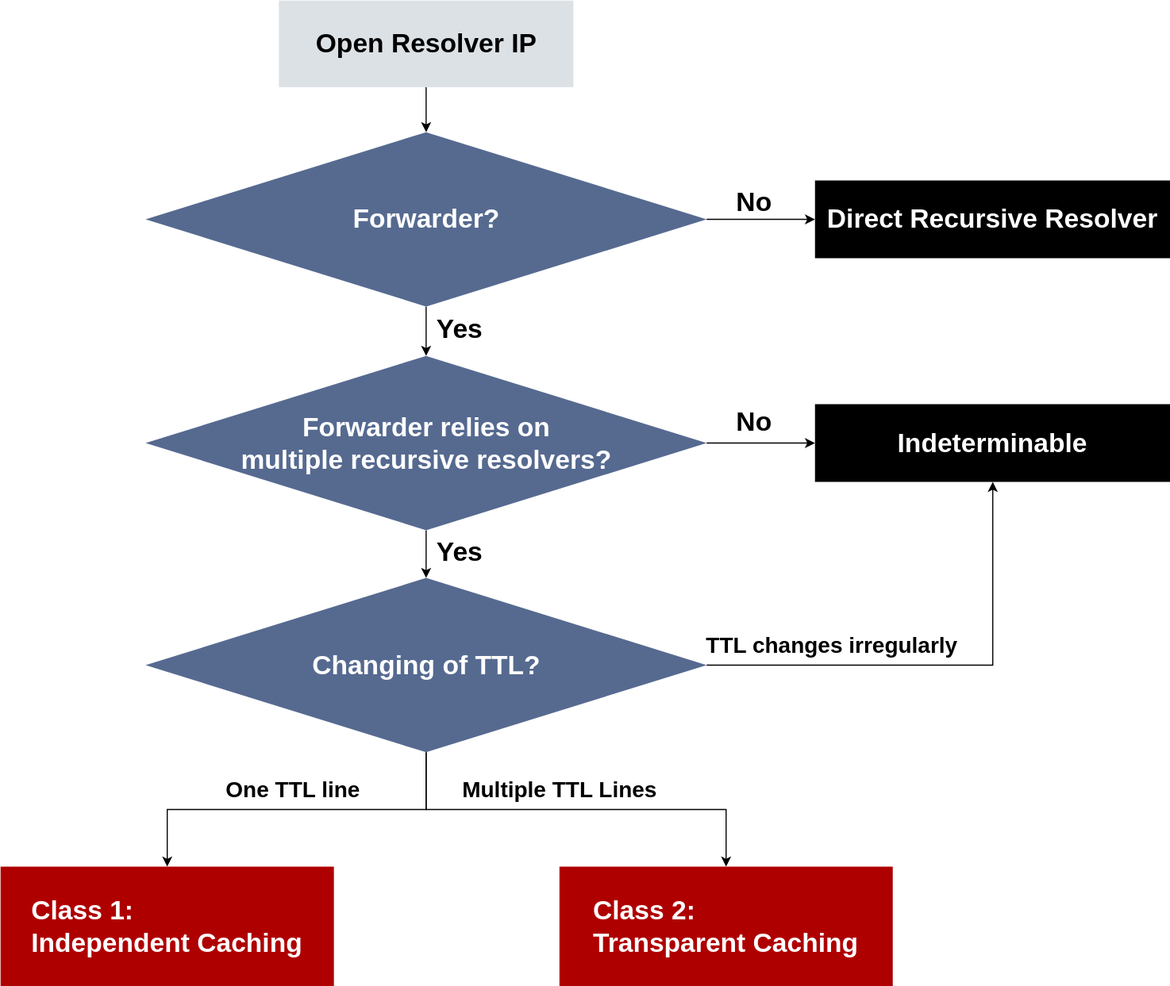
This is 流程图.svg from pythontha/Forwarder-cache, a draw.io export, as it was before one commit. Source tidied: cells renumbered, new cells last; positions are measured from the earlier drawing's top-left corner, leaving out a move shared by most shapes.
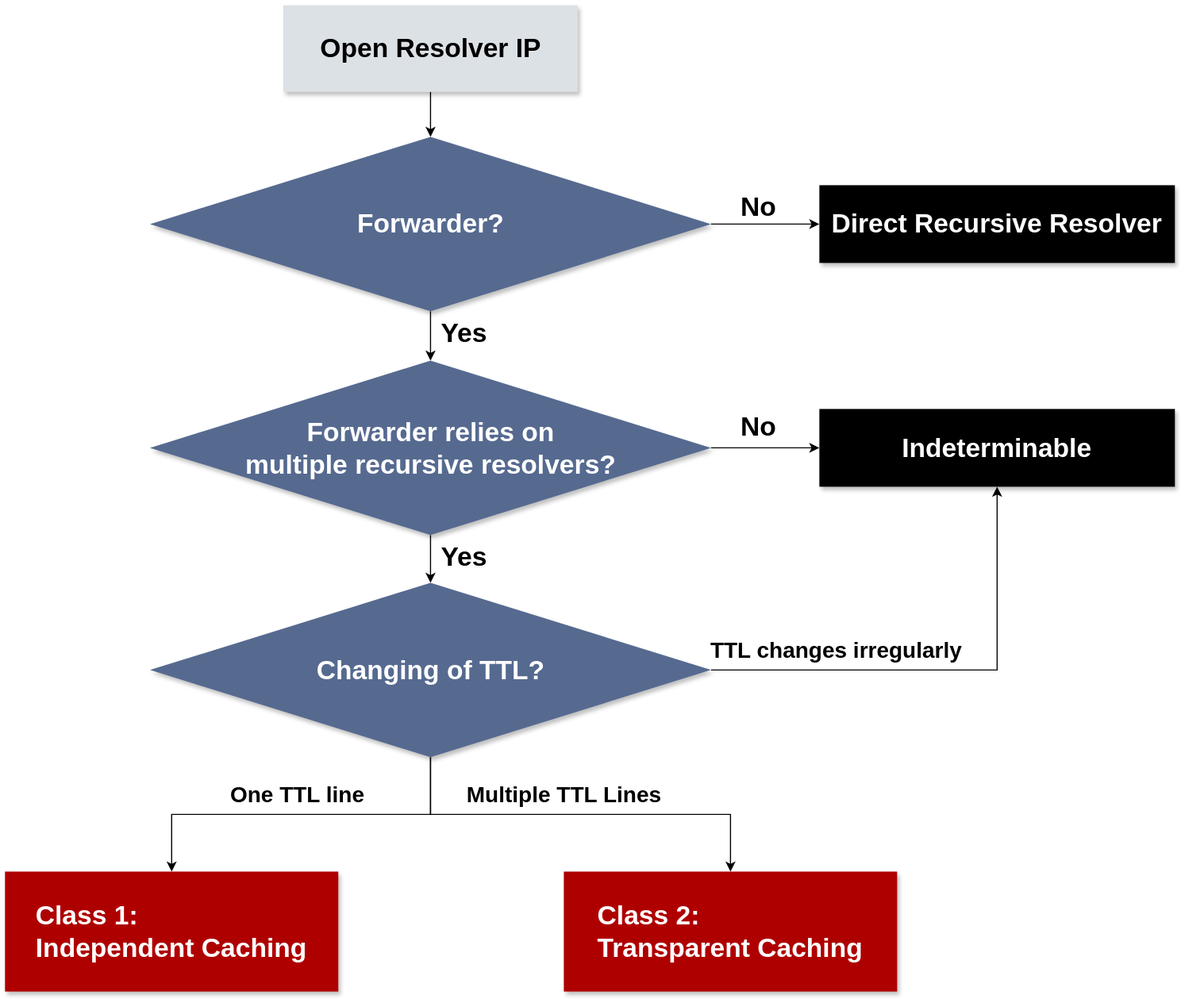
After the change.

Commit message:
更新流程图.svg

The edit, as a diff of the source:
```diff
@@ -5,7 +5,7 @@
     <mxCell id="2" style="edgeStyle=orthogonalEdgeStyle;rounded=0;jettySize=auto;html=1;entryX=0.5;entryY=0;entryDx=0;entryDy=0;" parent="1" edge="1" source="3" target="10">
       <mxGeometry relative="1" as="geometry" />
     </mxCell>
-    <mxCell id="3" value="&lt;font style=&quot;font-size: 24px;&quot;&gt;&lt;b style=&quot;&quot;&gt;Open Resolver IP&lt;/b&gt;&lt;/font&gt;" style="rounded=0;whiteSpace=wrap;html=1;fillColor=light-dark(#dce1e6, #3d3d3d);strokeColor=none;" parent="1" vertex="1">
+    <mxCell id="3" value="&lt;font style=&quot;font-size: 24px;&quot;&gt;&lt;b style=&quot;&quot;&gt;Open Resolver IP&lt;/b&gt;&lt;/font&gt;" style="rounded=0;whiteSpace=wrap;html=1;fillColor=light-dark(#dce1e6, #3d3d3d);strokeColor=none;shadow=1;" parent="1" vertex="1">
       <mxGeometry x="250.5" width="265" height="78" as="geometry" />
     </mxCell>
     <mxCell id="4" style="edgeStyle=orthogonalEdgeStyle;rounded=0;jettySize=auto;html=1;entryX=0.5;entryY=0;entryDx=0;entryDy=0;" parent="1" edge="1" source="7" target="16">
@@ -17,7 +17,7 @@
     <mxCell id="6" style="edgeStyle=orthogonalEdgeStyle;rounded=0;jettySize=auto;html=1;entryX=0.5;entryY=1;entryDx=0;entryDy=0;" parent="1" edge="1" source="7" target="20">
       <mxGeometry relative="1" as="geometry" />
     </mxCell>
-    <mxCell id="7" value="&lt;font style=&quot;font-size: 24px;&quot; color=&quot;#ffffff&quot;&gt;&lt;b style=&quot;&quot;&gt;Changing of TTL?&lt;/b&gt;&lt;/font&gt;" style="rhombus;whiteSpace=wrap;html=1;rounded=0;strokeColor=none;fillColor=light-dark(#566a90, #ededed);" parent="1" vertex="1">
+    <mxCell id="7" value="&lt;font style=&quot;font-size: 24px;&quot; color=&quot;#ffffff&quot;&gt;&lt;b style=&quot;&quot;&gt;Changing of TTL?&lt;/b&gt;&lt;/font&gt;" style="rhombus;whiteSpace=wrap;html=1;rounded=0;strokeColor=none;fillColor=light-dark(#566a90, #ededed);shadow=1;" parent="1" vertex="1">
       <mxGeometry x="130.5" y="520" width="505" height="157" as="geometry" />
     </mxCell>
     <mxCell id="8" style="edgeStyle=orthogonalEdgeStyle;rounded=0;jettySize=auto;html=1;entryX=0;entryY=0.5;entryDx=0;entryDy=0;" parent="1" edge="1" source="10" target="18">
@@ -26,7 +26,7 @@
     <mxCell id="9" style="edgeStyle=orthogonalEdgeStyle;rounded=0;jettySize=auto;html=1;entryX=0.5;entryY=0;entryDx=0;entryDy=0;" parent="1" edge="1" source="10" target="15">
       <mxGeometry relative="1" as="geometry" />
     </mxCell>
-    <mxCell id="10" value="&lt;font style=&quot;font-size: 24px;&quot; color=&quot;#ffffff&quot;&gt;&lt;b style=&quot;&quot;&gt;Forwarder?&lt;/b&gt;&lt;/font&gt;" style="rhombus;whiteSpace=wrap;html=1;rounded=0;fillColor=light-dark(#566a90, #3A5EA4);strokeColor=none;" parent="1" vertex="1">
+    <mxCell id="10" value="&lt;font style=&quot;font-size: 24px;&quot; color=&quot;#ffffff&quot;&gt;&lt;b style=&quot;&quot;&gt;Forwarder?&lt;/b&gt;&lt;/font&gt;" style="rhombus;whiteSpace=wrap;html=1;rounded=0;fillColor=light-dark(#566a90, #3A5EA4);strokeColor=none;shadow=1;" parent="1" vertex="1">
       <mxGeometry x="130.5" y="118.5" width="505" height="157" as="geometry" />
     </mxCell>
     <mxCell id="11" value="&lt;font style=&quot;font-size: 24px;&quot;&gt;&lt;b style=&quot;&quot;&gt;Yes&lt;/b&gt;&lt;/font&gt;" style="text;html=1;align=center;verticalAlign=middle;strokeColor=none;fillColor=none;" parent="1" vertex="1">
@@ -41,22 +41,22 @@
     <mxCell id="14" style="edgeStyle=orthogonalEdgeStyle;rounded=0;jettySize=auto;html=1;entryX=0;entryY=0.5;entryDx=0;entryDy=0;" parent="1" edge="1" source="15" target="20">
       <mxGeometry relative="1" as="geometry" />
     </mxCell>
-    <mxCell id="15" value="&lt;font style=&quot;font-size: 24px;&quot; color=&quot;#ffffff&quot;&gt;&lt;b style=&quot;&quot;&gt;Forwarder relies on&lt;/b&gt;&lt;/font&gt;&lt;div&gt;&lt;font style=&quot;font-size: 24px;&quot; color=&quot;#ffffff&quot;&gt;&lt;b style=&quot;&quot;&gt;multiple recursive resolvers?&lt;/b&gt;&lt;/font&gt;&lt;/div&gt;" style="rhombus;whiteSpace=wrap;html=1;rounded=0;strokeColor=none;fillColor=light-dark(#566a90, #ededed);" parent="1" vertex="1">
+    <mxCell id="15" value="&lt;font style=&quot;font-size: 24px;&quot; color=&quot;#ffffff&quot;&gt;&lt;b style=&quot;&quot;&gt;Forwarder relies on&lt;/b&gt;&lt;/font&gt;&lt;div&gt;&lt;font style=&quot;font-size: 24px;&quot; color=&quot;#ffffff&quot;&gt;&lt;b style=&quot;&quot;&gt;multiple recursive resolvers?&lt;/b&gt;&lt;/font&gt;&lt;/div&gt;" style="rhombus;whiteSpace=wrap;html=1;rounded=0;strokeColor=none;fillColor=light-dark(#566a90, #ededed);shadow=1;" parent="1" vertex="1">
       <mxGeometry x="130.5" y="320" width="505" height="157" as="geometry" />
     </mxCell>
-    <mxCell id="16" value="&lt;div style=&quot;text-align: left;&quot;&gt;&lt;b style=&quot;&quot;&gt;&lt;font style=&quot;color: light-dark(rgb(255, 255, 255), rgb(237, 237, 237)); font-size: 24px;&quot;&gt;Class 1:&lt;/font&gt;&lt;/b&gt;&lt;/div&gt;&lt;font style=&quot;font-size: 24px;&quot; color=&quot;#ffffff&quot;&gt;&lt;b style=&quot;&quot;&gt;Independent Caching&lt;/b&gt;&lt;/font&gt;" style="whiteSpace=wrap;html=1;rounded=0;align=center;strokeColor=none;fillColor=light-dark(#af0000, #ededed);" parent="1" vertex="1">
+    <mxCell id="16" value="&lt;div style=&quot;text-align: left;&quot;&gt;&lt;b style=&quot;&quot;&gt;&lt;font style=&quot;color: light-dark(rgb(255, 255, 255), rgb(237, 237, 237)); font-size: 24px;&quot;&gt;Class 1:&lt;/font&gt;&lt;/b&gt;&lt;/div&gt;&lt;font style=&quot;font-size: 24px;&quot; color=&quot;#ffffff&quot;&gt;&lt;b style=&quot;&quot;&gt;Independent Caching&lt;/b&gt;&lt;/font&gt;" style="whiteSpace=wrap;html=1;rounded=0;align=center;strokeColor=none;fillColor=light-dark(#af0000, #ededed);shadow=1;" parent="1" vertex="1">
       <mxGeometry y="780" width="300" height="108" as="geometry" />
     </mxCell>
     <mxCell id="17" value="&lt;font style=&quot;font-size: 24px;&quot;&gt;&lt;b style=&quot;&quot;&gt;Yes&lt;/b&gt;&lt;/font&gt;" style="text;html=1;align=center;verticalAlign=middle;strokeColor=none;fillColor=none;" parent="1" vertex="1">
       <mxGeometry x="383" y="477" width="60" height="40" as="geometry" />
     </mxCell>
-    <mxCell id="18" value="&lt;div style=&quot;text-align: left;&quot;&gt;&lt;font style=&quot;font-size: 24px;&quot;&gt;&lt;b style=&quot;color: light-dark(rgb(255, 255, 255), rgb(237, 237, 237)); background-color: transparent; text-align: center;&quot;&gt;Direct R&lt;/b&gt;&lt;span style=&quot;background-color: transparent; text-align: center;&quot;&gt;&lt;font color=&quot;#ffffff&quot;&gt;&lt;b style=&quot;&quot;&gt;ecursive Resolver&lt;/b&gt;&lt;/font&gt;&lt;/span&gt;&lt;/font&gt;&lt;/div&gt;" style="whiteSpace=wrap;html=1;rounded=0;strokeColor=none;fillColor=light-dark(#000000,#EDEDED);" parent="1" vertex="1">
+    <mxCell id="18" value="&lt;div style=&quot;text-align: left;&quot;&gt;&lt;font style=&quot;font-size: 24px;&quot;&gt;&lt;b style=&quot;color: light-dark(rgb(255, 255, 255), rgb(237, 237, 237)); background-color: transparent; text-align: center;&quot;&gt;Direct R&lt;/b&gt;&lt;span style=&quot;background-color: transparent; text-align: center;&quot;&gt;&lt;font color=&quot;#ffffff&quot;&gt;&lt;b style=&quot;&quot;&gt;ecursive Resolver&lt;/b&gt;&lt;/font&gt;&lt;/span&gt;&lt;/font&gt;&lt;/div&gt;" style="whiteSpace=wrap;html=1;rounded=0;strokeColor=none;fillColor=light-dark(#000000,#EDEDED);shadow=1;" parent="1" vertex="1">
       <mxGeometry x="733" y="162" width="320" height="70" as="geometry" />
     </mxCell>
-    <mxCell id="19" value="&lt;div style=&quot;text-align: left;&quot;&gt;&lt;font style=&quot;color: light-dark(rgb(255, 255, 255), rgb(237, 237, 237)); font-size: 24px;&quot;&gt;&lt;b style=&quot;&quot;&gt;Class 2:&lt;/b&gt;&lt;/font&gt;&lt;/div&gt;&lt;font style=&quot;color: light-dark(rgb(255, 255, 255), rgb(237, 237, 237)); font-size: 24px;&quot;&gt;&lt;b style=&quot;&quot;&gt;Transparent Caching&lt;/b&gt;&lt;/font&gt;" style="whiteSpace=wrap;html=1;rounded=0;fillColor=light-dark(#AF0000,#EDEDED);strokeColor=none;" parent="1" vertex="1">
+    <mxCell id="19" value="&lt;div style=&quot;text-align: left;&quot;&gt;&lt;font style=&quot;color: light-dark(rgb(255, 255, 255), rgb(237, 237, 237)); font-size: 24px;&quot;&gt;&lt;b style=&quot;&quot;&gt;Class 2:&lt;/b&gt;&lt;/font&gt;&lt;/div&gt;&lt;font style=&quot;color: light-dark(rgb(255, 255, 255), rgb(237, 237, 237)); font-size: 24px;&quot;&gt;&lt;b style=&quot;&quot;&gt;Transparent Caching&lt;/b&gt;&lt;/font&gt;" style="whiteSpace=wrap;html=1;rounded=0;fillColor=light-dark(#AF0000,#EDEDED);strokeColor=none;shadow=1;" parent="1" vertex="1">
       <mxGeometry x="503" y="780" width="300" height="108" as="geometry" />
     </mxCell>
-    <mxCell id="20" value="&lt;div style=&quot;text-align: left;&quot;&gt;&lt;font style=&quot;background-color: transparent; text-align: center; color: rgb(255, 255, 255); font-size: 24px;&quot;&gt;&lt;b style=&quot;&quot;&gt;Indeterminable&lt;/b&gt;&lt;/font&gt;&lt;/div&gt;" style="whiteSpace=wrap;html=1;rounded=0;strokeColor=none;fillColor=light-dark(#000000,#EDEDED);" parent="1" vertex="1">
+    <mxCell id="20" value="&lt;div style=&quot;text-align: left;&quot;&gt;&lt;font style=&quot;background-color: transparent; text-align: center; color: rgb(255, 255, 255); font-size: 24px;&quot;&gt;&lt;b style=&quot;&quot;&gt;Indeterminable&lt;/b&gt;&lt;/font&gt;&lt;/div&gt;" style="whiteSpace=wrap;html=1;rounded=0;strokeColor=none;fillColor=light-dark(#000000,#EDEDED);shadow=1;" parent="1" vertex="1">
       <mxGeometry x="733" y="363.5" width="320" height="70" as="geometry" />
     </mxCell>
     <mxCell id="21" value="&lt;font style=&quot;font-size: 24px;&quot;&gt;&lt;b style=&quot;&quot;&gt;No&lt;/b&gt;&lt;/font&gt;" style="text;html=1;align=center;verticalAlign=middle;strokeColor=none;fillColor=none;" parent="1" vertex="1">
```
